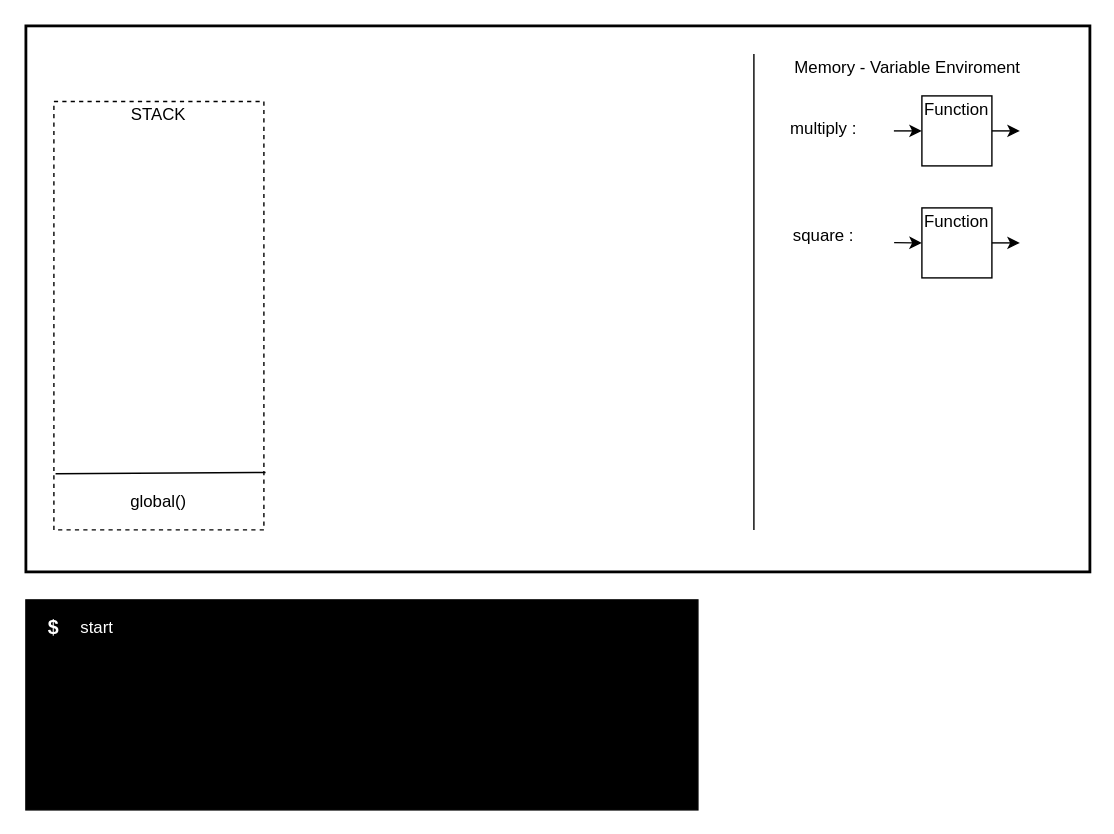
Earlier version of the draw.io diagram capitulo_w/draws/gec.drawio (mourabraz/personal_notes_of_javascript). Source tidied: cells renumbered, new cells numbered last; positions are measured from the earlier drawing's top-left corner, leaving out a move shared by most shapes. Both pictures are drawn from the tidied source at 140%, with x=0, y=0 at pixel (25, 25).
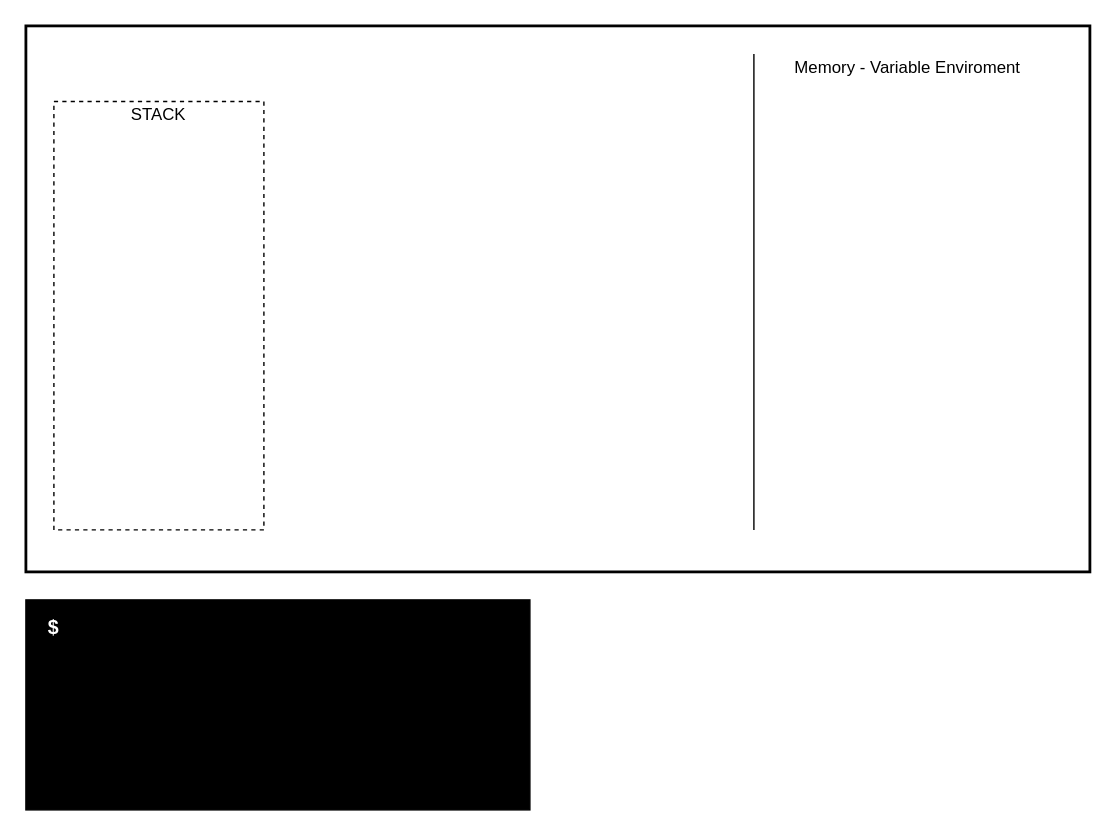
The same diagram, later.

Unchanged cells that the change refers to:
```xml
<mxCell id="2" style="group;" parent="1" vertex="1">
  <mxGeometry width="760" height="390" as="geometry" />
</mxCell>
<mxCell id="3" style="rounded=0;whiteSpace=wrap;html=1;dashed=1;strokeColor=#000000;strokeWidth=1;fillColor=none;" parent="2" vertex="1">
  <mxGeometry x="20" y="54" width="150" height="306" as="geometry" />
</mxCell>
<mxCell id="4" style="whiteSpace=wrap;html=1;fillColor=none;strokeWidth=2;imageAspect=0;" parent="2" vertex="1">
  <mxGeometry width="760" height="390" as="geometry" />
</mxCell>
```

Diff of the diagram source:
```diff
@@
-    <mxCell id="9" value="multiply :" style="text;html=1;strokeColor=none;fillColor=none;align=center;verticalAlign=middle;whiteSpace=wrap;rounded=0;dashed=1;" parent="2" vertex="1">
-      <mxGeometry x="540" y="64" width="60" height="20" as="geometry" />
-    </mxCell>
-    <mxCell id="10" style="group;" parent="2" vertex="1">
-      <mxGeometry x="620" y="50" width="90" height="50" as="geometry" />
-    </mxCell>
-    <mxCell id="11" style="whiteSpace=wrap;html=1;strokeColor=#000000;strokeWidth=1;fillColor=none;" parent="10" vertex="1">
-      <mxGeometry x="20" width="50" height="50" as="geometry" />
-    </mxCell>
-    <mxCell id="12" value="Function" style="text;html=1;strokeColor=none;fillColor=none;align=center;verticalAlign=middle;whiteSpace=wrap;rounded=0;" parent="10" vertex="1">
-      <mxGeometry x="20" width="50" height="20" as="geometry" />
-    </mxCell>
-    <mxCell id="13" style="endArrow=classic;html=1;entryX=0;entryY=0.5;entryDx=0;entryDy=0;startArrow=none;startFill=0;endFill=1;" parent="10" edge="1" target="11">
-      <mxGeometry relative="1" as="geometry">
-        <mxPoint y="25" as="sourcePoint" />
-      </mxGeometry>
-    </mxCell>
-    <mxCell id="14" style="endArrow=classic;html=1;entryX=0;entryY=0.5;entryDx=0;entryDy=0;startArrow=none;startFill=0;endFill=1;" parent="10" edge="1">
-      <mxGeometry relative="1" as="geometry">
-        <mxPoint x="70" y="25" as="sourcePoint" />
-        <mxPoint x="90" y="25" as="targetPoint" />
-      </mxGeometry>
-    </mxCell>
-    <mxCell id="15" style="endArrow=classic;html=1;entryX=0;entryY=0.5;entryDx=0;entryDy=0;startArrow=none;startFill=0;endFill=1;exitX=0.816;exitY=0.397;exitDx=0;exitDy=0;exitPerimeter=0;" parent="2" edge="1" source="4" target="17">
-      <mxGeometry relative="1" as="geometry" />
-    </mxCell>
-    <mxCell id="16" style="endArrow=classic;html=1;startArrow=none;startFill=0;endFill=1;exitX=1;exitY=0.5;exitDx=0;exitDy=0;" parent="2" edge="1" source="17">
-      <mxGeometry relative="1" as="geometry">
-        <mxPoint x="710" y="155" as="targetPoint" />
-      </mxGeometry>
-    </mxCell>
-    <mxCell id="17" style="whiteSpace=wrap;html=1;strokeColor=#000000;strokeWidth=1;fillColor=none;" parent="2" vertex="1">
-      <mxGeometry x="640" y="130" width="50" height="50" as="geometry" />
-    </mxCell>
-    <mxCell id="18" value="Function" style="text;html=1;strokeColor=none;fillColor=none;align=center;verticalAlign=middle;whiteSpace=wrap;rounded=0;" parent="2" vertex="1">
-      <mxGeometry x="640" y="130" width="50" height="20" as="geometry" />
-    </mxCell>
-    <mxCell id="19" value="square :" style="text;html=1;strokeColor=none;fillColor=none;align=center;verticalAlign=middle;whiteSpace=wrap;rounded=0;dashed=1;" parent="2" vertex="1">
-      <mxGeometry x="540" y="140" width="60" height="20" as="geometry" />
-    </mxCell>
-    <mxCell id="20" style="endArrow=none;html=1;exitX=0.008;exitY=0.869;exitDx=0;exitDy=0;exitPerimeter=0;entryX=1.008;entryY=0.866;entryDx=0;entryDy=0;entryPerimeter=0;" parent="2" edge="1" source="3" target="3">
-      <mxGeometry relative="1" as="geometry" />
-    </mxCell>
-    <mxCell id="21" value="global()" style="text;html=1;strokeColor=none;fillColor=none;align=center;verticalAlign=middle;whiteSpace=wrap;rounded=0;" parent="2" vertex="1">
-      <mxGeometry x="75" y="330" width="40" height="20" as="geometry" />
-    </mxCell>
     <mxCell id="22" style="rounded=0;whiteSpace=wrap;html=1;strokeColor=#000000;strokeWidth=1;fillColor=#000000;" parent="1" vertex="1">
-      <mxGeometry y="410" width="480" height="150" as="geometry" />
+      <mxGeometry y="410" width="360" height="150" as="geometry" />
     </mxCell>
@@
-    <mxCell id="24" value="&lt;font color=&quot;#ffffff&quot;&gt;start&lt;/font&gt;" style="text;html=1;strokeColor=none;fillColor=none;align=center;verticalAlign=middle;whiteSpace=wrap;rounded=0;" parent="1" vertex="1">
-      <mxGeometry x="31" y="420" width="40" height="20" as="geometry" />
-    </mxCell>
```
